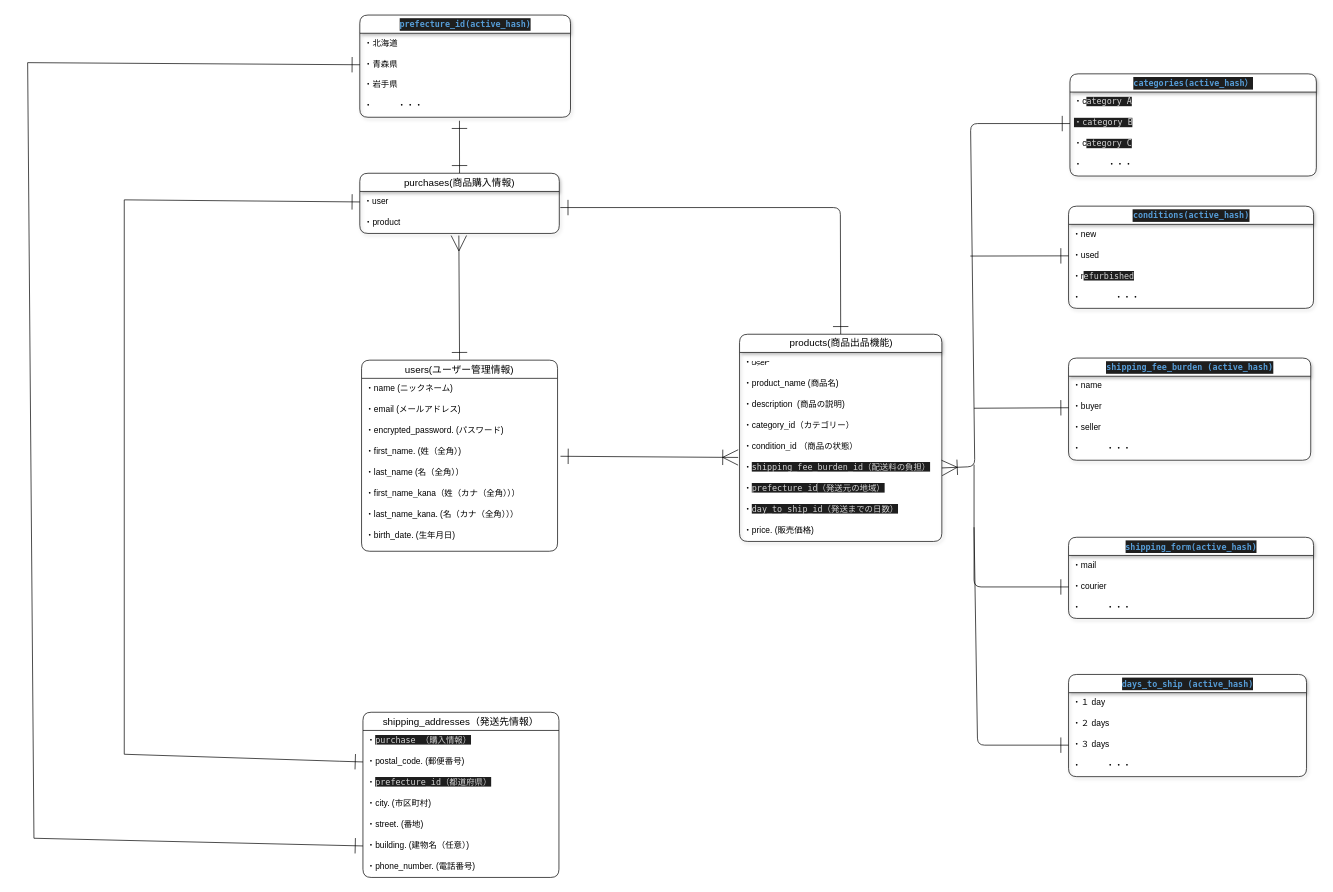
This is .dio from yoshi19841116/furima-39202, a draw.io file, before an edit. Source tidied: cells renumbered, new cells numbered last; positions are measured from the earlier drawing's top-left corner, leaving out a move shared by most shapes. Both pictures are drawn from the tidied source at 70%, with x=0, y=0 at pixel (27, 15).
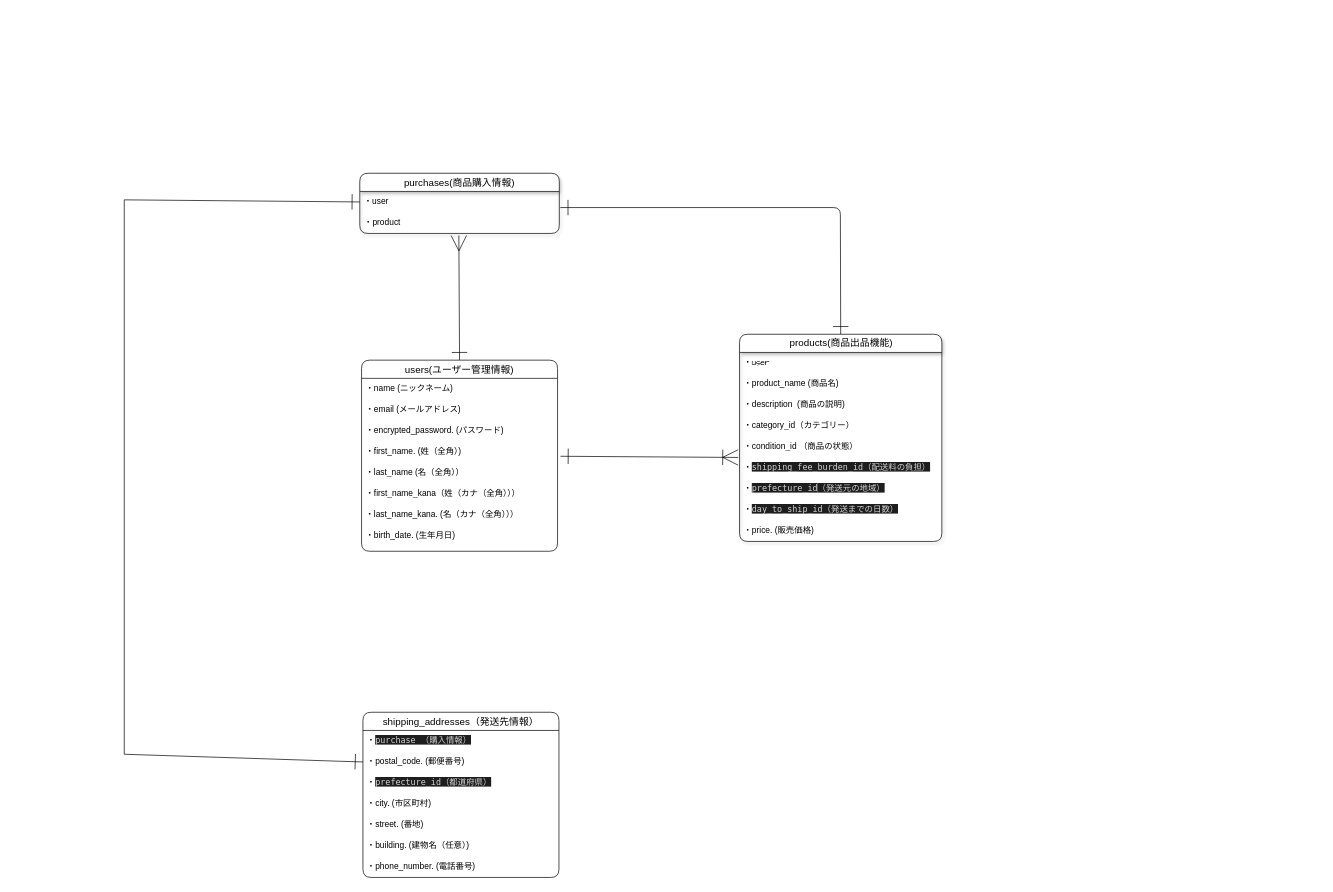
Above is the later version.

Commit message (it also covers changes not shown here):
データベース設計の修正１０

The change refers to these unchanged cells:
```xml
<mxCell id="13" value="purchases(商品購入情報)" style="swimlane;fontStyle=0;horizontal=1;startSize=26;align=center;fontSize=14;shadow=1;rounded=1;" parent="1" vertex="1">
  <mxGeometry x="474.5" y="226" width="285" height="86" as="geometry" />
</mxCell>
<mxCell id="22" value="・building. (建物名（任意）)&#10;" style="text;strokeColor=none;fillColor=none;spacingLeft=4;spacingRight=4;overflow=hidden;points=[[0,0.5],[1,0.5]];portConstraint=eastwest;fontSize=12;rounded=1;" parent="16" vertex="1">
  <mxGeometry y="176" width="280" height="30" as="geometry" />
</mxCell>
<mxCell id="32" value="・&lt;span style=&quot;background-color: rgb(30, 30, 30); color: rgb(212, 212, 212); font-family: Menlo, Monaco, &amp;quot;Courier New&amp;quot;, monospace;&quot;&gt;shipping_fee_burden_id（配送料の負担）&lt;/span&gt;" style="text;strokeColor=none;fillColor=none;spacingLeft=4;spacingRight=4;overflow=hidden;points=[[0,0.5],[1,0.5]];portConstraint=eastwest;fontSize=12;shadow=1;html=1;rounded=1;" parent="26" vertex="1">
  <mxGeometry y="176" width="289" height="30" as="geometry" />
</mxCell>
```

The edit, as a diff of the source:
```diff
@@
-    <mxCell id="12" style="edgeStyle=none;rounded=0;sketch=0;hachureGap=4;jiggle=2;curveFitting=1;jumpSize=12;html=1;exitX=0.5;exitY=0;exitDx=0;exitDy=0;entryX=0.473;entryY=1.167;entryDx=0;entryDy=0;entryPerimeter=0;strokeColor=default;fontFamily=Architects Daughter;fontSize=16;startArrow=ERone;startFill=0;endArrow=ERone;endFill=0;startSize=20;endSize=20;" parent="1" edge="1" source="13" target="64">
-      <mxGeometry relative="1" as="geometry" />
-    </mxCell>
@@
-    <mxCell id="36" value="&lt;div style=&quot;color: rgb(212, 212, 212); background-color: rgb(30, 30, 30); font-family: Menlo, Monaco, &amp;quot;Courier New&amp;quot;, monospace; font-size: 12px; line-height: 18px;&quot;&gt;&lt;span style=&quot;color: #569cd6;font-weight: bold;&quot;&gt;categories(active_hash）&lt;/span&gt;&lt;/div&gt;" style="swimlane;fontStyle=0;horizontal=1;startSize=26;align=center;fontSize=14;shadow=1;html=1;rounded=1;" parent="1" vertex="1">
-      <mxGeometry x="1489" y="84" width="352" height="146" as="geometry" />
-    </mxCell>
-    <mxCell id="37" value="・c&lt;span style=&quot;background-color: rgb(30, 30, 30); color: rgb(212, 212, 212); font-family: Menlo, Monaco, &amp;quot;Courier New&amp;quot;, monospace;&quot;&gt;ategory A&lt;/span&gt;" style="text;strokeColor=none;fillColor=none;spacingLeft=4;spacingRight=4;overflow=hidden;fontSize=12;shadow=1;html=1;rounded=1;" parent="36" vertex="1">
-      <mxGeometry y="26" width="352" height="30" as="geometry" />
-    </mxCell>
-    <mxCell id="38" value="&lt;span style=&quot;background-color: rgb(30, 30, 30); color: rgb(212, 212, 212); font-family: Menlo, Monaco, &amp;quot;Courier New&amp;quot;, monospace;&quot;&gt;・category B&lt;/span&gt;" style="text;strokeColor=none;fillColor=none;spacingLeft=4;spacingRight=4;overflow=hidden;points=[[0,0.5],[1,0.5]];portConstraint=eastwest;fontSize=12;shadow=1;html=1;rounded=1;" parent="36" vertex="1">
-      <mxGeometry y="56" width="352" height="30" as="geometry" />
-    </mxCell>
-    <mxCell id="39" value="・c&lt;span style=&quot;background-color: rgb(30, 30, 30); color: rgb(212, 212, 212); font-family: Menlo, Monaco, &amp;quot;Courier New&amp;quot;, monospace;&quot;&gt;ategory C&lt;/span&gt;" style="text;strokeColor=none;fillColor=none;spacingLeft=4;spacingRight=4;overflow=hidden;fontSize=12;shadow=1;html=1;rounded=1;" parent="36" vertex="1">
-      <mxGeometry y="86" width="352" height="30" as="geometry" />
-    </mxCell>
-    <mxCell id="40" value="・　　　・・・　　" style="text;strokeColor=none;fillColor=none;spacingLeft=4;spacingRight=4;overflow=hidden;fontSize=12;shadow=1;html=1;rounded=1;" parent="36" vertex="1">
-      <mxGeometry y="116" width="352" height="30" as="geometry" />
-    </mxCell>
-    <mxCell id="41" value="&lt;div style=&quot;color: rgb(212, 212, 212); background-color: rgb(30, 30, 30); font-family: Menlo, Monaco, &amp;quot;Courier New&amp;quot;, monospace; font-size: 12px; line-height: 18px;&quot;&gt;&lt;span style=&quot;color: #569cd6;font-weight: bold;&quot;&gt;shipping_fee_burden (active_hash)&lt;/span&gt;&lt;/div&gt;" style="swimlane;fontStyle=0;horizontal=1;startSize=26;align=center;fontSize=14;shadow=1;html=1;rounded=1;" parent="1" vertex="1">
-      <mxGeometry x="1487" y="490" width="346" height="146" as="geometry" />
-    </mxCell>
-    <mxCell id="42" value="・name" style="text;strokeColor=none;fillColor=none;spacingLeft=4;spacingRight=4;overflow=hidden;fontSize=12;shadow=1;html=1;rounded=1;" parent="41" vertex="1">
-      <mxGeometry y="26" width="346" height="30" as="geometry" />
-    </mxCell>
-    <mxCell id="43" value="・buyer" style="text;strokeColor=none;fillColor=none;spacingLeft=4;spacingRight=4;overflow=hidden;points=[[0,0.5],[1,0.5]];portConstraint=eastwest;fontSize=12;shadow=1;html=1;rounded=1;" parent="41" vertex="1">
-      <mxGeometry y="56" width="346" height="30" as="geometry" />
-    </mxCell>
-    <mxCell id="44" value="・seller" style="text;strokeColor=none;fillColor=none;spacingLeft=4;spacingRight=4;overflow=hidden;fontSize=12;shadow=1;html=1;rounded=1;" parent="41" vertex="1">
-      <mxGeometry y="86" width="346" height="30" as="geometry" />
-    </mxCell>
-    <mxCell id="45" value="・　　　・・・" style="text;strokeColor=none;fillColor=none;spacingLeft=4;spacingRight=4;overflow=hidden;fontSize=12;shadow=1;html=1;rounded=1;" parent="41" vertex="1">
-      <mxGeometry y="116" width="346" height="30" as="geometry" />
-    </mxCell>
-    <mxCell id="46" value="&lt;div style=&quot;color: rgb(212, 212, 212); background-color: rgb(30, 30, 30); font-family: Menlo, Monaco, &amp;quot;Courier New&amp;quot;, monospace; font-size: 12px; line-height: 18px;&quot;&gt;&lt;span style=&quot;color: #569cd6;font-weight: bold;&quot;&gt;conditions(active_hash)&lt;/span&gt;&lt;/div&gt;" style="swimlane;fontStyle=0;horizontal=1;startSize=26;align=center;fontSize=14;shadow=1;html=1;rounded=1;" parent="1" vertex="1">
-      <mxGeometry x="1487" y="273" width="350" height="146" as="geometry" />
-    </mxCell>
-    <mxCell id="47" value="・new" style="text;strokeColor=none;fillColor=none;spacingLeft=4;spacingRight=4;overflow=hidden;fontSize=12;shadow=1;html=1;rounded=1;" parent="46" vertex="1">
-      <mxGeometry y="26" width="350" height="30" as="geometry" />
-    </mxCell>
-    <mxCell id="48" value="・used" style="text;strokeColor=none;fillColor=none;spacingLeft=4;spacingRight=4;overflow=hidden;points=[[0,0.5],[1,0.5]];portConstraint=eastwest;fontSize=12;shadow=1;html=1;rounded=1;" parent="46" vertex="1">
-      <mxGeometry y="56" width="350" height="30" as="geometry" />
-    </mxCell>
-    <mxCell id="49" value="・r&lt;span style=&quot;background-color: rgb(30, 30, 30); color: rgb(212, 212, 212); font-family: Menlo, Monaco, &amp;quot;Courier New&amp;quot;, monospace;&quot;&gt;efurbished&lt;/span&gt;" style="text;strokeColor=none;fillColor=none;spacingLeft=4;spacingRight=4;overflow=hidden;fontSize=12;shadow=1;html=1;rounded=1;" parent="46" vertex="1">
-      <mxGeometry y="86" width="350" height="30" as="geometry" />
-    </mxCell>
-    <mxCell id="50" value="・　　　　・・・" style="text;strokeColor=none;fillColor=none;spacingLeft=4;spacingRight=4;overflow=hidden;fontSize=12;shadow=1;html=1;rounded=1;" parent="46" vertex="1">
-      <mxGeometry y="116" width="350" height="30" as="geometry" />
-    </mxCell>
-    <mxCell id="51" value="&lt;div style=&quot;color: rgb(212, 212, 212); background-color: rgb(30, 30, 30); font-family: Menlo, Monaco, &amp;quot;Courier New&amp;quot;, monospace; font-size: 12px; line-height: 18px;&quot;&gt;&lt;span style=&quot;color: #569cd6;font-weight: bold;&quot;&gt;shipping_form(active_hash)&lt;/span&gt;&lt;/div&gt;" style="swimlane;fontStyle=0;horizontal=1;startSize=26;align=center;fontSize=14;shadow=1;html=1;rounded=1;" parent="1" vertex="1">
-      <mxGeometry x="1487" y="746" width="350" height="116" as="geometry" />
-    </mxCell>
-    <mxCell id="52" value="・mail" style="text;strokeColor=none;fillColor=none;spacingLeft=4;spacingRight=4;overflow=hidden;fontSize=12;shadow=1;html=1;rounded=1;" parent="51" vertex="1">
-      <mxGeometry y="26" width="350" height="30" as="geometry" />
-    </mxCell>
-    <mxCell id="53" value="・courier" style="text;strokeColor=none;fillColor=none;spacingLeft=4;spacingRight=4;overflow=hidden;points=[[0,0.5],[1,0.5]];portConstraint=eastwest;fontSize=12;shadow=1;html=1;rounded=1;" parent="51" vertex="1">
-      <mxGeometry y="56" width="350" height="30" as="geometry" />
-    </mxCell>
-    <mxCell id="54" value="・　　　・・・" style="text;strokeColor=none;fillColor=none;spacingLeft=4;spacingRight=4;overflow=hidden;fontSize=12;shadow=1;html=1;rounded=1;" parent="51" vertex="1">
-      <mxGeometry y="86" width="350" height="30" as="geometry" />
-    </mxCell>
-    <mxCell id="55" value="&lt;div style=&quot;color: rgb(212, 212, 212); background-color: rgb(30, 30, 30); font-family: Menlo, Monaco, &amp;quot;Courier New&amp;quot;, monospace; font-size: 12px; line-height: 18px;&quot;&gt;&lt;span style=&quot;color: #569cd6;font-weight: bold;&quot;&gt;days_to_ship (active_hash)&lt;/span&gt;&lt;/div&gt;" style="swimlane;fontStyle=0;horizontal=1;startSize=26;align=center;fontSize=14;shadow=1;html=1;rounded=1;" parent="1" vertex="1">
-      <mxGeometry x="1487" y="942" width="340" height="146" as="geometry" />
-    </mxCell>
-    <mxCell id="56" value="・１ day" style="text;strokeColor=none;fillColor=none;spacingLeft=4;spacingRight=4;overflow=hidden;fontSize=12;shadow=1;html=1;rounded=1;" parent="55" vertex="1">
-      <mxGeometry y="26" width="340" height="30" as="geometry" />
-    </mxCell>
-    <mxCell id="57" value="・２ days" style="text;strokeColor=none;fillColor=none;spacingLeft=4;spacingRight=4;overflow=hidden;fontSize=12;shadow=1;html=1;rounded=1;" parent="55" vertex="1">
-      <mxGeometry y="56" width="340" height="30" as="geometry" />
-    </mxCell>
-    <mxCell id="58" value="・３ days&lt;br&gt;" style="text;strokeColor=none;fillColor=none;spacingLeft=4;spacingRight=4;overflow=hidden;points=[[0,0.5],[1,0.5]];portConstraint=eastwest;fontSize=12;shadow=1;html=1;rounded=1;" parent="55" vertex="1">
-      <mxGeometry y="86" width="340" height="30" as="geometry" />
-    </mxCell>
-    <mxCell id="59" value="・　　　・・・" style="text;strokeColor=none;fillColor=none;spacingLeft=4;spacingRight=4;overflow=hidden;fontSize=12;shadow=1;html=1;rounded=1;" parent="55" vertex="1">
-      <mxGeometry y="116" width="340" height="30" as="geometry" />
-    </mxCell>
-    <mxCell id="60" value="&lt;div style=&quot;color: rgb(212, 212, 212); background-color: rgb(30, 30, 30); font-family: Menlo, Monaco, &amp;quot;Courier New&amp;quot;, monospace; font-size: 12px; line-height: 18px;&quot;&gt;&lt;span style=&quot;color: #569cd6;font-weight: bold;&quot;&gt;prefecture_id(active_hash)&lt;/span&gt;&lt;/div&gt;" style="swimlane;fontStyle=0;horizontal=1;startSize=26;align=center;fontSize=14;shadow=1;html=1;rounded=1;" parent="1" vertex="1">
-      <mxGeometry x="474.5" width="301" height="146" as="geometry" />
-    </mxCell>
-    <mxCell id="61" value="・北海道" style="text;strokeColor=none;fillColor=none;spacingLeft=4;spacingRight=4;overflow=hidden;fontSize=12;shadow=1;html=1;rounded=1;" parent="60" vertex="1">
-      <mxGeometry y="26" width="301" height="30" as="geometry" />
-    </mxCell>
-    <mxCell id="62" value="・青森県" style="text;strokeColor=none;fillColor=none;spacingLeft=4;spacingRight=4;overflow=hidden;points=[[0,0.5],[1,0.5]];portConstraint=eastwest;fontSize=12;shadow=1;html=1;rounded=1;" parent="60" vertex="1">
-      <mxGeometry y="56" width="301" height="30" as="geometry" />
-    </mxCell>
-    <mxCell id="63" value="・岩手県&lt;br&gt;" style="text;strokeColor=none;fillColor=none;spacingLeft=4;spacingRight=4;overflow=hidden;fontSize=12;shadow=1;html=1;rounded=1;" parent="60" vertex="1">
-      <mxGeometry y="86" width="301" height="30" as="geometry" />
-    </mxCell>
-    <mxCell id="64" value="・　　　・・・" style="text;strokeColor=none;fillColor=none;spacingLeft=4;spacingRight=4;overflow=hidden;points=[[0,0.5],[1,0.5]];portConstraint=eastwest;fontSize=12;shadow=1;html=1;rounded=1;" parent="60" vertex="1">
-      <mxGeometry y="116" width="301" height="30" as="geometry" />
-    </mxCell>
-    <mxCell id="65" style="edgeStyle=none;html=1;exitX=0;exitY=0.5;exitDx=0;exitDy=0;startArrow=ERone;startFill=0;endArrow=none;endFill=0;startSize=20;endSize=20;" parent="1" edge="1" source="53">
-      <mxGeometry relative="1" as="geometry">
-        <mxPoint x="1352" y="642.3" as="targetPoint" />
-        <Array as="points">
-          <mxPoint x="1352" y="817" />
-        </Array>
-      </mxGeometry>
-    </mxCell>
-    <mxCell id="66" style="edgeStyle=none;html=1;exitX=0;exitY=0.5;exitDx=0;exitDy=0;startArrow=ERone;startFill=0;endArrow=none;endFill=0;startSize=20;endSize=20;" parent="1" edge="1" source="58">
-      <mxGeometry relative="1" as="geometry">
-        <mxPoint x="1352" y="731.7" as="targetPoint" />
-        <Array as="points">
-          <mxPoint x="1357" y="1043" />
-        </Array>
-      </mxGeometry>
-    </mxCell>
-    <mxCell id="67" style="edgeStyle=none;html=1;exitX=0;exitY=0.5;exitDx=0;exitDy=0;startArrow=ERone;startFill=0;endArrow=none;endFill=0;startSize=20;endSize=20;" parent="1" edge="1" source="48">
-      <mxGeometry relative="1" as="geometry">
-        <mxPoint x="1346.7" y="344.3" as="targetPoint" />
-      </mxGeometry>
-    </mxCell>
-    <mxCell id="68" style="edgeStyle=none;html=1;exitX=0;exitY=0.5;exitDx=0;exitDy=0;startArrow=ERone;startFill=0;endArrow=none;endFill=0;startSize=20;endSize=20;" parent="1" edge="1" source="43">
-      <mxGeometry relative="1" as="geometry">
-        <mxPoint x="1352" y="561.7" as="targetPoint" />
-      </mxGeometry>
-    </mxCell>
-    <mxCell id="69" style="edgeStyle=none;html=1;exitX=0;exitY=0.5;exitDx=0;exitDy=0;entryX=1;entryY=0.5;entryDx=0;entryDy=0;startArrow=ERone;startFill=0;endArrow=ERoneToMany;endFill=0;startSize=20;endSize=20;" parent="1" edge="1" source="38" target="32">
-      <mxGeometry relative="1" as="geometry">
-        <Array as="points">
-          <mxPoint x="1347" y="155" />
-          <mxPoint x="1353" y="645" />
-        </Array>
-      </mxGeometry>
-    </mxCell>
@@
-    <mxCell id="72" style="edgeStyle=none;rounded=0;sketch=0;hachureGap=4;jiggle=2;curveFitting=1;jumpSize=12;html=1;exitX=0;exitY=0.5;exitDx=0;exitDy=0;entryX=0;entryY=0.5;entryDx=0;entryDy=0;strokeColor=default;fontFamily=Architects Daughter;fontSize=16;startArrow=ERone;startFill=0;endArrow=ERone;endFill=0;startSize=20;endSize=20;" parent="1" edge="1" source="62" target="22">
-      <mxGeometry relative="1" as="geometry">
-        <Array as="points">
-          <mxPoint y="68" />
-          <mxPoint x="9" y="1176" />
-        </Array>
-      </mxGeometry>
-    </mxCell>
```
